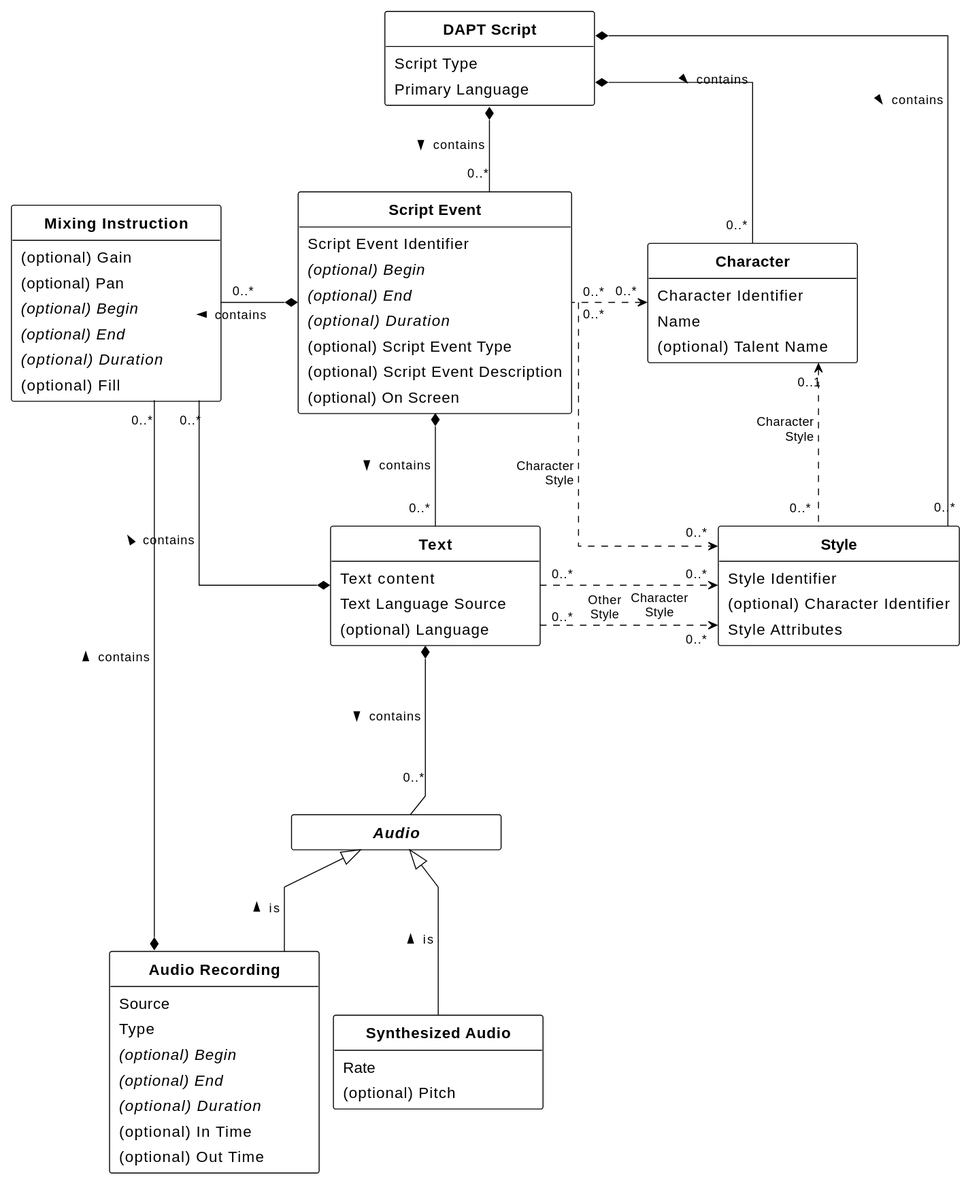
The PlantUML diagram figures/class-diagram.svg in w3c/dapt, before a commit.
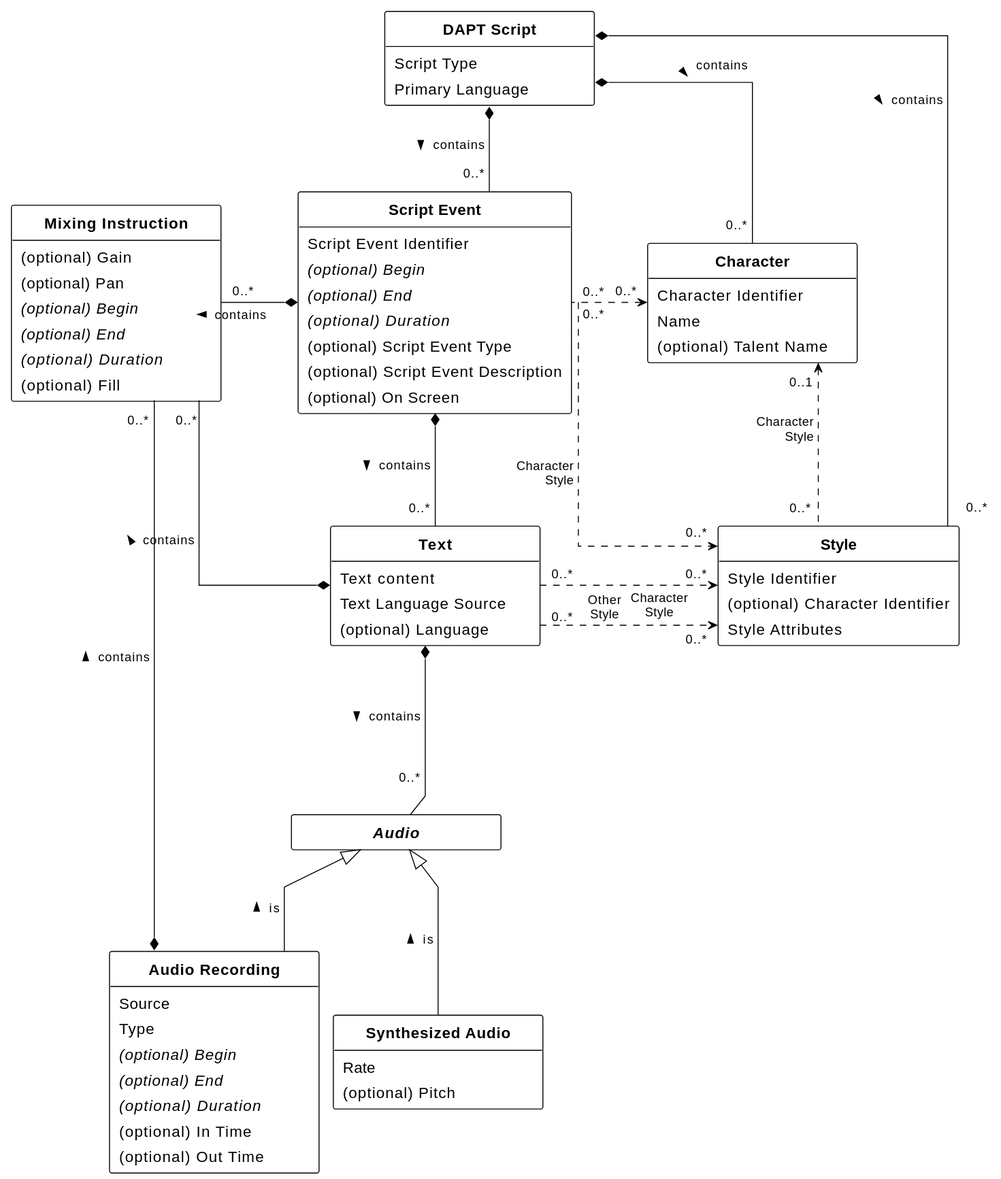
The same file after the commit.

Commit message:
Label tidying

Change to the diagram source:
```diff
@@ -79,19 +79,19 @@
 
 
 
-DAPTScript *-down- "0..*" ScriptEvent : contains >
-DAPTScript *-right- "0..*" Character : contains >
-DAPTScript *-right- "0..*" Style : contains >
-Character "0..1" <.down. "0..*" Style [[#dfn-character-style]] : Character\rStyle
+DAPTScript *-down- "0..* " ScriptEvent : contains >
+DAPTScript *-right- "0..*" Character : contains\r >
+DAPTScript *-right- "0..*  " Style : contains >
+Character "0..1  " <.down. "0..*" Style [[#dfn-character-style]] : Character\rStyle
 ScriptEvent "0..*" .right.> "0..*" Style [[#dfn-character-style]] : Character\rStyle
 ScriptEvent *-left- "0..*" MixingInstruction : contains >
 Text "0..*" .right.> "0..*" Style [[#dfn-character-style]] : Character\nStyle
 Text "0..*" .right.> "0..*" Style : Other\nStyle
-Text *-down- "0..*" Audio : contains >
-Text *-left- "0..*" MixingInstruction : contains >
+Text *-down- "0..* " Audio : contains >
+Text *-left- "0..* " MixingInstruction : contains >
 ScriptEvent *-down- "0..*" Text : contains >
 ScriptEvent "0..*" .left.> "0..*" Character
-AudioRecording *-left- "0..*" MixingInstruction : contains >
+AudioRecording *-left- "0..* " MixingInstruction : contains >
 Audio <|-- SynthesizedAudio : is <
 Audio <|-- AudioRecording : is <
 
```
